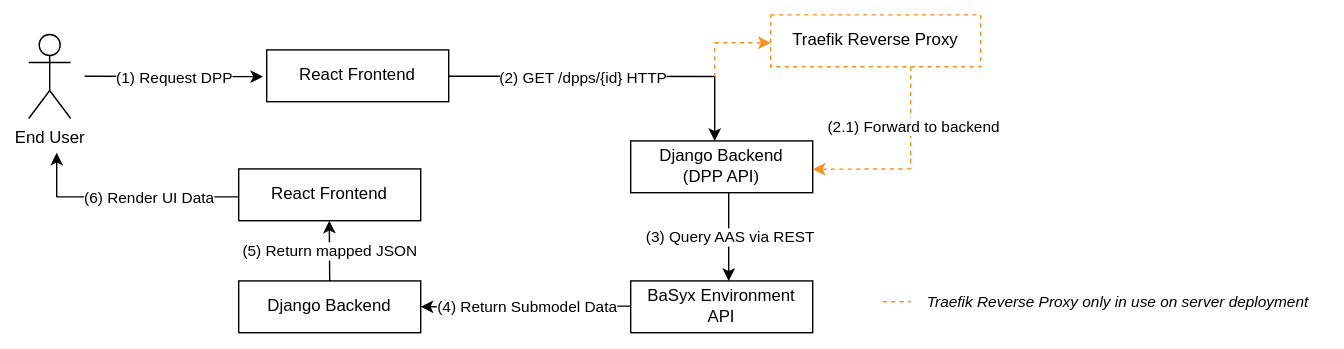
Before: PROJECT/SAS/src/communication-diagram/TINF24F_SAS_Team_6_Communication-Diagram_R10.drawio.svg, a diagram exported from draw.io (DHBW-TINF24F/Team6-BaSyx-DPP-API). Source tidied: cells renumbered, new cells last; positions are measured from the earlier drawing's top-left corner, leaving out a move shared by most shapes.
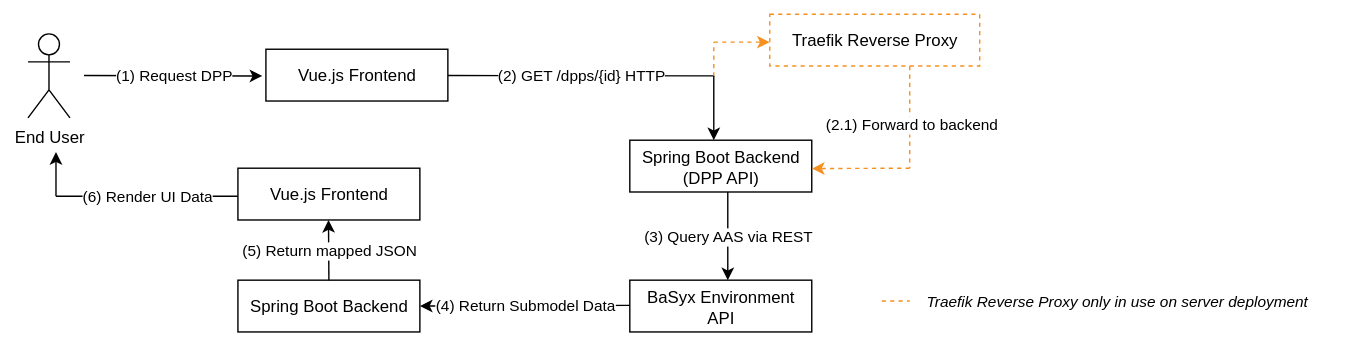
After the commit.

Commit message:
altered front- and backend technologies + changed diagrams

Diff of the diagram source:
```diff
@@ -13,7 +13,7 @@
     <mxCell id="4" value="(1) Request DPP" style="edgeLabel;html=1;align=center;verticalAlign=middle;" parent="3" vertex="1">
       <mxGeometry relative="1" as="geometry" />
     </mxCell>
-    <mxCell id="5" value="React Frontend" style="rounded=0;whiteSpace=wrap;html=1;" parent="1" vertex="1">
+    <mxCell id="5" value="Vue.js Frontend" style="rounded=0;whiteSpace=wrap;html=1;" parent="1" vertex="1">
       <mxGeometry x="170" y="25" width="130" height="37" as="geometry" />
     </mxCell>
     <mxCell id="6" style="endArrow=none;html=1;rounded=0;endFill=0;" parent="1" edge="1">
@@ -46,7 +46,7 @@
     <mxCell id="11" value="Traefik Reverse Proxy" style="rounded=0;whiteSpace=wrap;html=1;dashed=1;strokeColor=#F59121;" parent="1" vertex="1">
       <mxGeometry x="530" width="150" height="37" as="geometry" />
     </mxCell>
-    <mxCell id="12" value="Django Backend&lt;div&gt;(DPP API)&lt;/div&gt;" style="rounded=0;whiteSpace=wrap;html=1;" parent="1" vertex="1">
+    <mxCell id="12" value="Spring Boot Backend&lt;div&gt;(DPP API)&lt;/div&gt;" style="rounded=0;whiteSpace=wrap;html=1;" parent="1" vertex="1">
       <mxGeometry x="430" y="90" width="130" height="37" as="geometry" />
     </mxCell>
     <mxCell id="13" style="endArrow=none;html=1;rounded=0;exitX=0.16;exitY=0.977;exitDx=0;exitDy=0;exitPerimeter=0;dashed=1;endFill=0;strokeColor=#F59121;" parent="1" edge="1">
@@ -83,7 +83,7 @@
     <mxCell id="20" value="(4) Return Submodel Data" style="edgeLabel;html=1;align=center;verticalAlign=middle;" parent="19" vertex="1">
       <mxGeometry relative="1" as="geometry" />
     </mxCell>
-    <mxCell id="21" value="Django Backend" style="rounded=0;whiteSpace=wrap;html=1;" parent="1" vertex="1">
+    <mxCell id="21" value="Spring Boot Backend" style="rounded=0;whiteSpace=wrap;html=1;" parent="1" vertex="1">
       <mxGeometry x="150" y="190" width="130" height="37" as="geometry" />
     </mxCell>
     <mxCell id="22" style="endArrow=classic;html=1;rounded=0;startArrow=none;startFill=0;endFill=1;" parent="1" edge="1">
@@ -104,7 +104,7 @@
     <mxCell id="25" value="(6) Render UI Data" style="edgeLabel;html=1;align=center;verticalAlign=middle;" parent="24" vertex="1">
       <mxGeometry relative="1" as="geometry" />
     </mxCell>
-    <mxCell id="26" value="React Frontend" style="rounded=0;whiteSpace=wrap;html=1;" parent="1" vertex="1">
+    <mxCell id="26" value="Vue.js Frontend" style="rounded=0;whiteSpace=wrap;html=1;" parent="1" vertex="1">
       <mxGeometry x="150" y="110" width="130" height="37" as="geometry" />
     </mxCell>
     <mxCell id="27" style="group;" parent="1" vertex="1">
```
